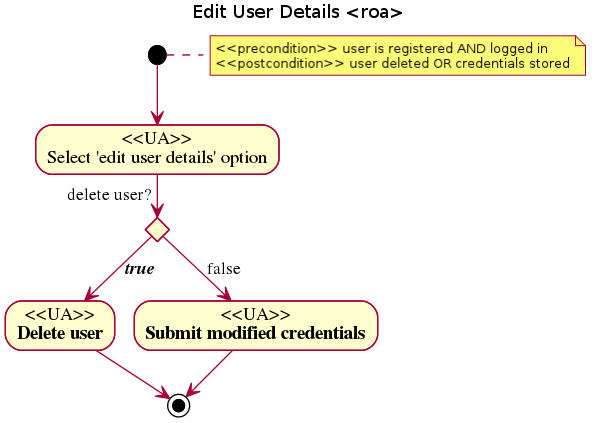
Above: images/gsoc/2012/bugpile/edit-user-details-uml-roa.png in bzg/worg (PlantUML), before the change. The source it was exported from:
```plantuml
@startuml
title Edit User Details <roa>
note right: <<precondition>> user is registered AND logged in\n<<postcondition>> user deleted OR credentials stored
(*) --> "<<UA>>\nSelect 'edit user details' option"
if "delete user?                   " then
  --> [true] "<<UA>>\nDelete user"
  --> (*)
else
  --> [false] "<<UA>>\nSubmit modified credentials"
  --> (*)
endif
@enduml
```
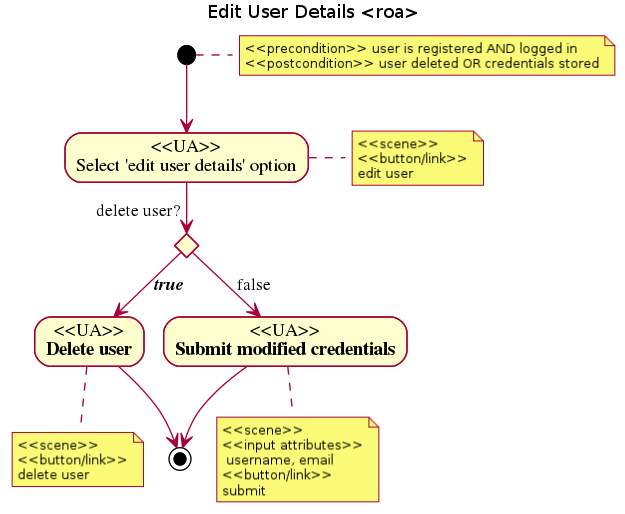
The same file after the commit.

Commit message:
[gsoc12] scenes added to edit-user-details and register-as-user uml diagrams in i.org.

Change to the diagram source:
```diff
@@ -2,11 +2,14 @@
 title Edit User Details <roa>
 note right: <<precondition>> user is registered AND logged in\n<<postcondition>> user deleted OR credentials stored
 (*) --> "<<UA>>\nSelect 'edit user details' option"
+note right: <<scene>>\n<<button/link>>\nedit user
 if "delete user?                   " then
   --> [true] "<<UA>>\nDelete user"
+  note bottom: <<scene>>\n<<button/link>>\ndelete user
   --> (*)
 else
   --> [false] "<<UA>>\nSubmit modified credentials"
+      note bottom: <<scene>>\n<<input attributes>>\n username, email\n<<button/link>>\nsubmit
   --> (*)
 endif
 @enduml
```
